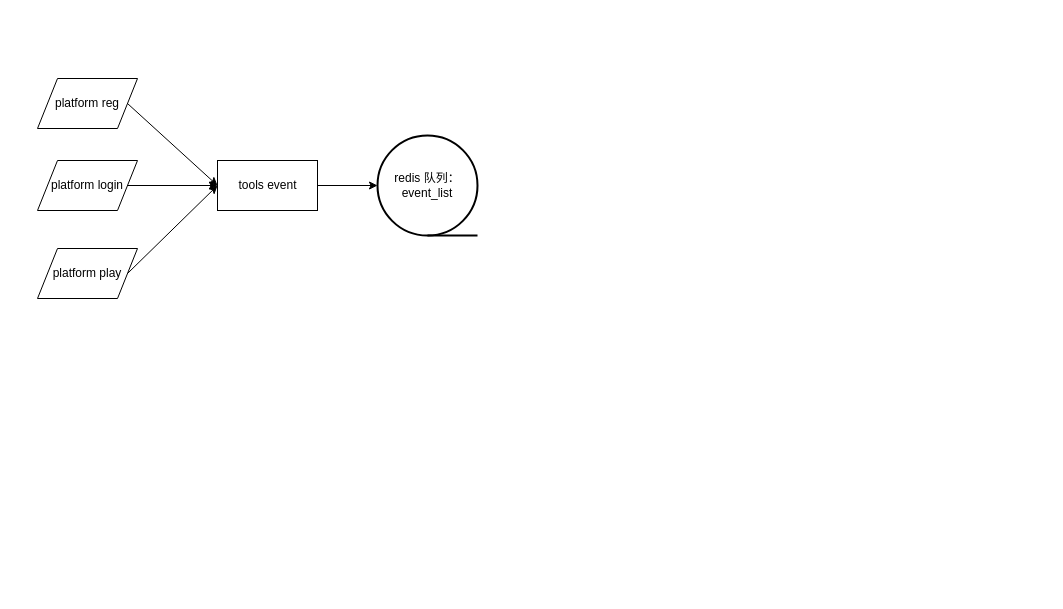
gulinfang/r2docs keeps this draw.io diagram as usersource数据流图.drawio. Above is the earlier version. Source tidied: cells renumbered, new cells numbered last; positions are measured from the earlier drawing's top-left corner, leaving out a move shared by most shapes. Both pictures are drawn from the tidied source at 100%, with x=0, y=0 at pixel (37, 78).
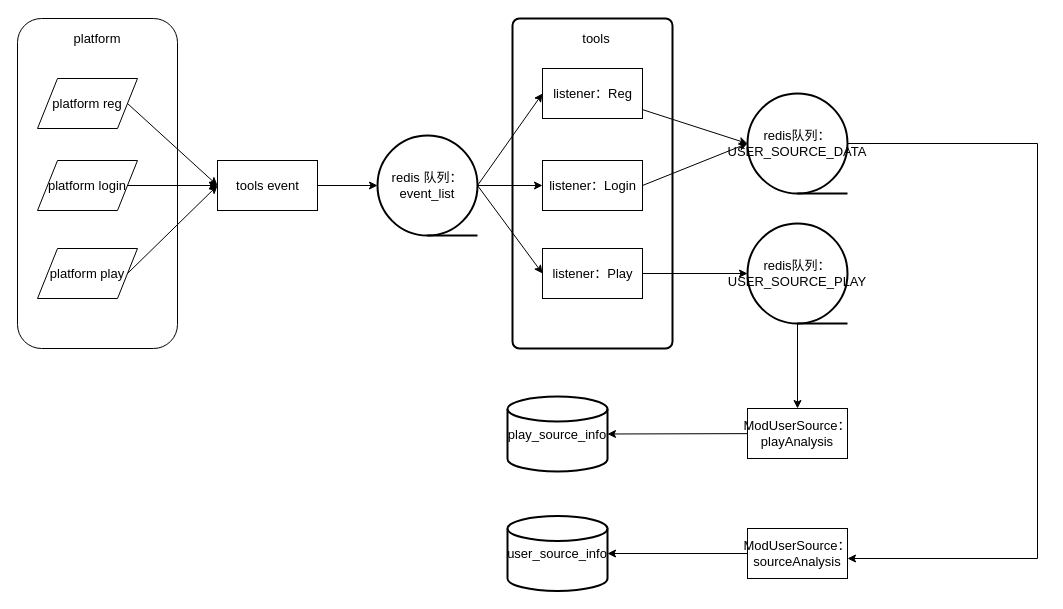
The same page after the edit.

Commit message:
更新usersource数据流图.drawio

Change to the diagram source:
```diff
@@
+    <mxCell id="11" style="rounded=1;whiteSpace=wrap;html=1;fontSize=13;" parent="1" vertex="1">
+      <mxGeometry x="-20" y="-60" width="160" height="330" as="geometry" />
+    </mxCell>
+    <mxCell id="12" style="rounded=1;whiteSpace=wrap;html=1;absoluteArcSize=1;arcSize=14;strokeWidth=2;fontSize=13;" parent="1" vertex="1">
+      <mxGeometry x="475" y="-60" width="160" height="330" as="geometry" />
+    </mxCell>
-    <mxCell id="2" value="platform reg" style="shape=parallelogram;perimeter=parallelogramPerimeter;whiteSpace=wrap;html=1;dashed=0;rounded=0;" parent="1" vertex="1">
+    <mxCell id="2" value="platform reg" style="shape=parallelogram;perimeter=parallelogramPerimeter;whiteSpace=wrap;html=1;dashed=0;rounded=0;fontSize=13;" parent="1" vertex="1">
       <mxGeometry width="100" height="50" as="geometry" />
     </mxCell>
-    <mxCell id="3" value="platform login" style="shape=parallelogram;perimeter=parallelogramPerimeter;whiteSpace=wrap;html=1;dashed=0;rounded=0;" parent="1" vertex="1">
+    <mxCell id="3" value="platform login" style="shape=parallelogram;perimeter=parallelogramPerimeter;whiteSpace=wrap;html=1;dashed=0;rounded=0;fontSize=13;" parent="1" vertex="1">
       <mxGeometry y="82" width="100" height="50" as="geometry" />
     </mxCell>
-    <mxCell id="4" value="platform play" style="shape=parallelogram;perimeter=parallelogramPerimeter;whiteSpace=wrap;html=1;dashed=0;rounded=0;" parent="1" vertex="1">
+    <mxCell id="4" value="platform play" style="shape=parallelogram;perimeter=parallelogramPerimeter;whiteSpace=wrap;html=1;dashed=0;rounded=0;fontSize=13;" parent="1" vertex="1">
       <mxGeometry y="170" width="100" height="50" as="geometry" />
     </mxCell>
-    <mxCell id="5" style="edgeStyle=orthogonalEdgeStyle;rounded=0;jettySize=auto;html=1;" parent="1" edge="1" source="6" target="10">
+    <mxCell id="5" style="edgeStyle=orthogonalEdgeStyle;rounded=0;jettySize=auto;html=1;fontSize=13;" parent="1" edge="1" source="6" target="10">
       <mxGeometry relative="1" as="geometry" />
     </mxCell>
-    <mxCell id="6" value="tools event" style="html=1;dashed=0;whitespace=wrap;rounded=0;" parent="1" vertex="1">
+    <mxCell id="6" value="tools event" style="html=1;dashed=0;whitespace=wrap;rounded=0;fontSize=13;" parent="1" vertex="1">
       <mxGeometry x="180" y="82" width="100" height="50" as="geometry" />
     </mxCell>
-    <mxCell id="7" style="endArrow=classic;html=1;exitX=1;exitY=0.5;exitDx=0;exitDy=0;entryX=0;entryY=0.5;entryDx=0;entryDy=0;" parent="1" edge="1" source="2" target="6">
+    <mxCell id="7" style="endArrow=classic;html=1;exitX=1;exitY=0.5;exitDx=0;exitDy=0;entryX=0;entryY=0.5;entryDx=0;entryDy=0;fontSize=13;" parent="1" edge="1" source="2" target="6">
       <mxGeometry relative="1" as="geometry" />
     </mxCell>
-    <mxCell id="8" style="endArrow=classic;html=1;exitX=1;exitY=0.5;exitDx=0;exitDy=0;entryX=0;entryY=0.5;entryDx=0;entryDy=0;" parent="1" edge="1" source="3" target="6">
+    <mxCell id="8" style="endArrow=classic;html=1;exitX=1;exitY=0.5;exitDx=0;exitDy=0;entryX=0;entryY=0.5;entryDx=0;entryDy=0;fontSize=13;" parent="1" edge="1" source="3" target="6">
       <mxGeometry relative="1" as="geometry" />
     </mxCell>
-    <mxCell id="9" style="endArrow=classic;html=1;exitX=1;exitY=0.5;exitDx=0;exitDy=0;entryX=0;entryY=0.5;entryDx=0;entryDy=0;" parent="1" edge="1" source="4" target="6">
+    <mxCell id="9" style="endArrow=classic;html=1;exitX=1;exitY=0.5;exitDx=0;exitDy=0;entryX=0;entryY=0.5;entryDx=0;entryDy=0;fontSize=13;" parent="1" edge="1" source="4" target="6">
       <mxGeometry relative="1" as="geometry" />
     </mxCell>
+    <mxCell id="13" style="edgeStyle=orthogonalEdgeStyle;rounded=0;jettySize=auto;html=1;fontSize=13;" parent="1" edge="1" source="10" target="16">
+      <mxGeometry relative="1" as="geometry" />
+    </mxCell>
-    <mxCell id="10" value="redis 队列：event_list" style="strokeWidth=2;html=1;shape=mxgraph.flowchart.sequential_data;whiteSpace=wrap;rounded=0;align=center;" parent="1" vertex="1">
+    <mxCell id="10" value="redis 队列：event_list" style="strokeWidth=2;html=1;shape=mxgraph.flowchart.sequential_data;whiteSpace=wrap;rounded=0;align=center;fontSize=13;" parent="1" vertex="1">
       <mxGeometry x="340" y="57" width="100" height="100" as="geometry" />
     </mxCell>
+    <mxCell id="14" style="edgeStyle=none;rounded=0;jettySize=auto;html=1;entryX=0;entryY=0.5;entryDx=0;entryDy=0;entryPerimeter=0;fontSize=13;" parent="1" edge="1" source="15" target="24">
+      <mxGeometry relative="1" as="geometry" />
+    </mxCell>
+    <mxCell id="15" value="listener：Reg" style="html=1;dashed=0;whitespace=wrap;fontSize=13;" parent="1" vertex="1">
+      <mxGeometry x="505" y="-10" width="100" height="50" as="geometry" />
+    </mxCell>
+    <mxCell id="16" value="listener：Login" style="html=1;dashed=0;whitespace=wrap;fontSize=13;" parent="1" vertex="1">
+      <mxGeometry x="505" y="82" width="100" height="50" as="geometry" />
+    </mxCell>
+    <mxCell id="17" style="edgeStyle=none;rounded=0;jettySize=auto;html=1;entryX=0;entryY=0.5;entryDx=0;entryDy=0;entryPerimeter=0;fontSize=13;" parent="1" edge="1" source="18" target="26">
+      <mxGeometry relative="1" as="geometry" />
+    </mxCell>
+    <mxCell id="18" value="listener：Play" style="html=1;dashed=0;whitespace=wrap;fontSize=13;" parent="1" vertex="1">
+      <mxGeometry x="505" y="170" width="100" height="50" as="geometry" />
+    </mxCell>
+    <mxCell id="19" value="tools" style="text;html=1;strokeColor=none;fillColor=none;align=center;verticalAlign=middle;whiteSpace=wrap;rounded=0;fontSize=13;" parent="1" vertex="1">
+      <mxGeometry x="539" y="-50" width="40" height="20" as="geometry" />
+    </mxCell>
+    <mxCell id="20" style="rounded=0;jettySize=auto;html=1;entryX=0;entryY=0.5;entryDx=0;entryDy=0;exitX=1;exitY=0.5;exitDx=0;exitDy=0;exitPerimeter=0;fontSize=13;" parent="1" edge="1" source="10" target="15">
+      <mxGeometry relative="1" as="geometry" />
+    </mxCell>
+    <mxCell id="21" style="rounded=0;jettySize=auto;html=1;entryX=0;entryY=0.5;entryDx=0;entryDy=0;exitX=1;exitY=0.5;exitDx=0;exitDy=0;exitPerimeter=0;fontSize=13;" parent="1" edge="1" source="10" target="18">
+      <mxGeometry relative="1" as="geometry" />
+    </mxCell>
+    <mxCell id="22" value="platform" style="text;html=1;strokeColor=none;fillColor=none;align=center;verticalAlign=middle;whiteSpace=wrap;rounded=0;fontSize=13;" parent="1" vertex="1">
+      <mxGeometry x="40" y="-50" width="40" height="20" as="geometry" />
+    </mxCell>
+    <mxCell id="23" style="edgeStyle=none;rounded=0;jettySize=auto;html=1;fontSize=13;" parent="1" edge="1" source="24">
+      <mxGeometry relative="1" as="geometry">
+        <mxPoint x="810" y="480" as="targetPoint" />
+        <Array as="points">
+          <mxPoint x="1000" y="65" />
+          <mxPoint x="1000" y="480" />
+        </Array>
+      </mxGeometry>
+    </mxCell>
+    <mxCell id="24" value="redis队列：USER_SOURCE_DATA" style="strokeWidth=2;html=1;shape=mxgraph.flowchart.sequential_data;whiteSpace=wrap;fontSize=13;" parent="1" vertex="1">
+      <mxGeometry x="710" y="15" width="100" height="100" as="geometry" />
+    </mxCell>
+    <mxCell id="25" style="edgeStyle=none;rounded=0;jettySize=auto;html=1;entryX=0.5;entryY=0;entryDx=0;entryDy=0;entryPerimeter=0;fontSize=13;" parent="1" edge="1" source="26" target="29">
+      <mxGeometry relative="1" as="geometry" />
+    </mxCell>
+    <mxCell id="26" value="redis队列：USER_SOURCE_PLAY" style="strokeWidth=2;html=1;shape=mxgraph.flowchart.sequential_data;whiteSpace=wrap;fontSize=13;" parent="1" vertex="1">
+      <mxGeometry x="710" y="145" width="100" height="100" as="geometry" />
+    </mxCell>
+    <mxCell id="27" style="edgeStyle=none;rounded=0;jettySize=auto;html=1;entryX=0;entryY=0.5;entryDx=0;entryDy=0;entryPerimeter=0;exitX=1;exitY=0.5;exitDx=0;exitDy=0;fontSize=13;" parent="1" edge="1" source="16" target="24">
+      <mxGeometry relative="1" as="geometry" />
+    </mxCell>
+    <mxCell id="28" style="edgeStyle=none;rounded=0;jettySize=auto;html=1;entryX=1;entryY=0.5;entryDx=0;entryDy=0;entryPerimeter=0;fontSize=13;" parent="1" edge="1" source="29" target="32">
+      <mxGeometry relative="1" as="geometry" />
+    </mxCell>
+    <mxCell id="29" value="ModUserSource：playAnalysis" style="html=1;dashed=0;whitespace=wrap;whiteSpace=wrap;fontSize=13;" parent="1" vertex="1">
+      <mxGeometry x="710" y="330" width="100" height="50" as="geometry" />
+    </mxCell>
+    <mxCell id="30" style="edgeStyle=none;rounded=0;jettySize=auto;html=1;entryX=1;entryY=0.5;entryDx=0;entryDy=0;entryPerimeter=0;fontSize=13;" parent="1" edge="1" source="31" target="33">
+      <mxGeometry relative="1" as="geometry" />
+    </mxCell>
+    <mxCell id="31" value="ModUserSource：sourceAnalysis" style="html=1;dashed=0;whitespace=wrap;whiteSpace=wrap;fontSize=13;" parent="1" vertex="1">
+      <mxGeometry x="710" y="450" width="100" height="50" as="geometry" />
+    </mxCell>
+    <mxCell id="32" value="play_source_info" style="strokeWidth=2;html=1;shape=mxgraph.flowchart.database;whiteSpace=wrap;fontSize=13;" parent="1" vertex="1">
+      <mxGeometry x="470" y="318" width="100" height="75" as="geometry" />
+    </mxCell>
+    <mxCell id="33" value="user_source_info" style="strokeWidth=2;html=1;shape=mxgraph.flowchart.database;whiteSpace=wrap;fontSize=13;" parent="1" vertex="1">
+      <mxGeometry x="470" y="437.5" width="100" height="75" as="geometry" />
+    </mxCell>
```
